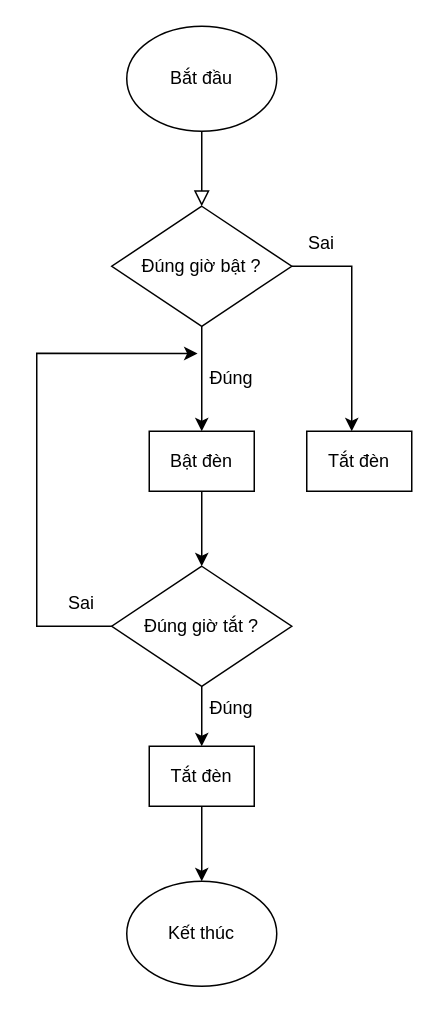
Above: bật_đèn_trang_trại.drawio in imvietp/Final_Thesis (draw.io), before the change. Source tidied: cells renumbered, new cells numbered last; positions are measured from the earlier drawing's top-left corner, leaving out a move shared by most shapes. Both pictures are drawn from the tidied source at 150%, with x=0, y=0 at pixel (36, 26).
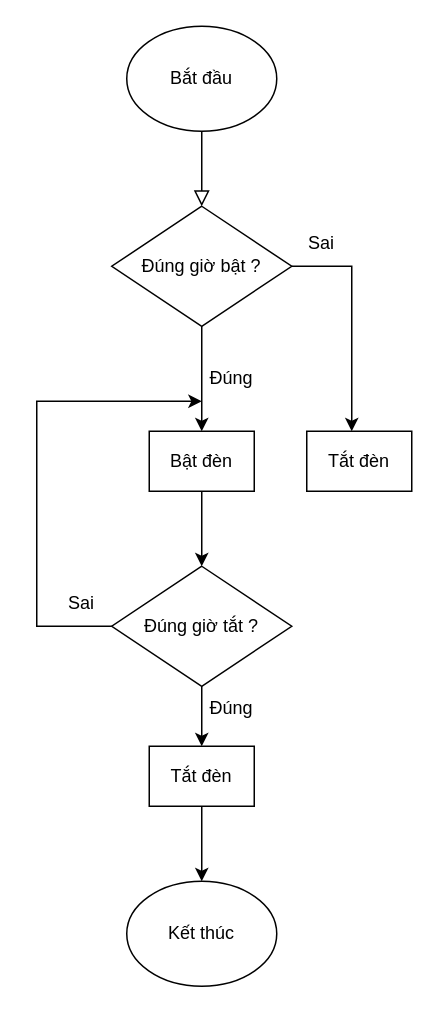
The same diagram, later.

The change refers to these unchanged cells:
```xml
<mxCell id="6" value="Đúng" style="text;html=1;align=center;verticalAlign=middle;whiteSpace=wrap;rounded=0;" parent="1" vertex="1">
  <mxGeometry x="100" y="220" width="60" height="30" as="geometry" />
</mxCell>
<mxCell id="12" value="Đúng giờ tắt ?" style="rhombus;whiteSpace=wrap;html=1;" parent="1" vertex="1">
  <mxGeometry x="50" y="360" width="120" height="80" as="geometry" />
</mxCell>
```

What changed in the source:
```diff
@@
-    <mxCell id="14" style="endArrow=classic;html=1;rounded=0;exitX=0;exitY=0.5;exitDx=0;exitDy=0;entryX=0.12;entryY=-0.06;entryDx=0;entryDy=0;entryPerimeter=0;" parent="1" edge="1" source="12" target="6">
+    <mxCell id="14" style="endArrow=classic;html=1;rounded=0;exitX=0;exitY=0.5;exitDx=0;exitDy=0;" parent="1" edge="1" source="12">
       <mxGeometry relative="1" as="geometry">
+        <mxPoint x="110" y="250" as="targetPoint" />
         <Array as="points">
           <mxPoint y="400" />
-          <mxPoint y="218" />
+          <mxPoint y="250" />
         </Array>
       </mxGeometry>
     </mxCell>
```
